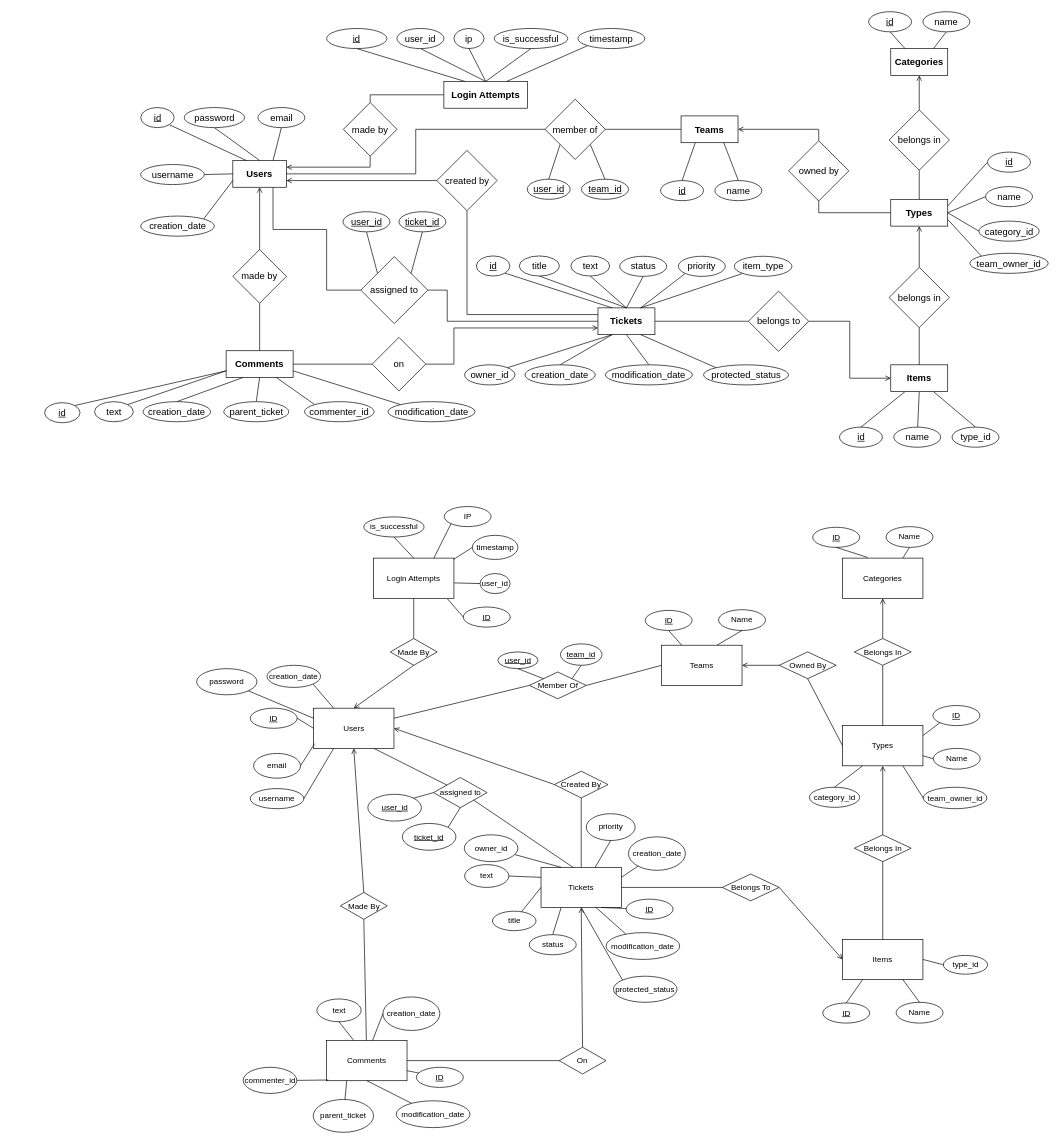
Above: docs/ER Diagram/ER Diagram Draft.drawio in CS157-26/CS157-26 (draw.io), before the change. Source tidied: cells renumbered, new cells numbered last; positions are measured from the earlier drawing's top-left corner, leaving out a move shared by most shapes. Both pictures are drawn from the tidied source at 67%, with x=0, y=0 at pixel (44, 11).
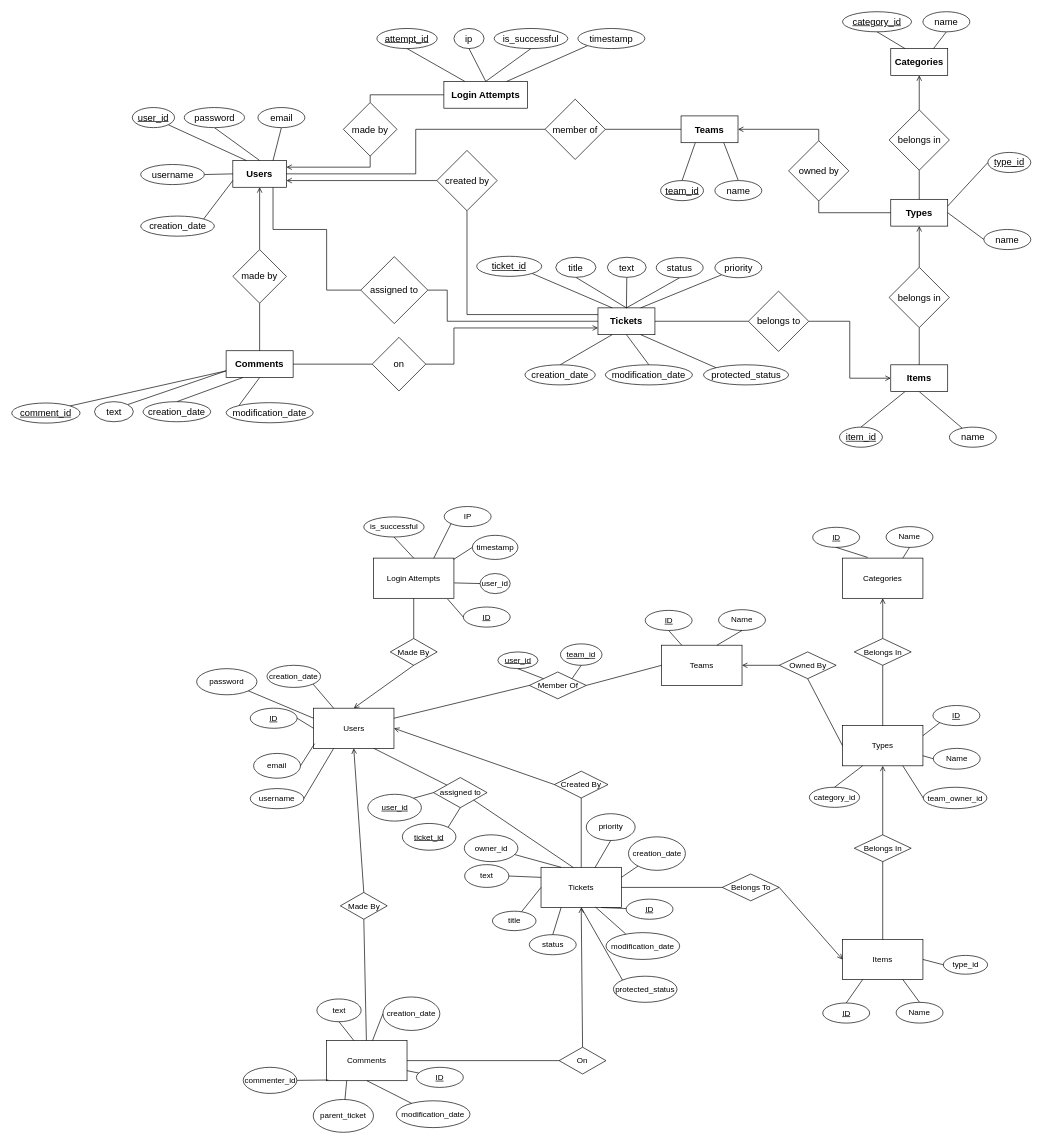
The same diagram, later.

The change refers to these unchanged cells:
```xml
<mxCell id="133" value="Login Attempts" style="rounded=0;whiteSpace=wrap;html=1;fontSize=14;fontStyle=1;" parent="1" vertex="1">
  <mxGeometry x="596" y="104" width="125" height="40" as="geometry" />
</mxCell>
<mxCell id="146" value="&lt;b&gt;Comments&lt;/b&gt;" style="rounded=0;whiteSpace=wrap;html=1;fontSize=14;" parent="1" vertex="1">
  <mxGeometry x="271" y="506" width="100" height="40" as="geometry" />
</mxCell>
<mxCell id="163" value="assigned to" style="rhombus;whiteSpace=wrap;html=1;fontSize=14;" parent="1" vertex="1">
  <mxGeometry x="472" y="365.5" width="100" height="100" as="geometry" />
</mxCell>
<mxCell id="169" value="&lt;b&gt;Tickets&lt;/b&gt;" style="rounded=0;whiteSpace=wrap;html=1;fontSize=14;" parent="1" vertex="1">
  <mxGeometry x="826" y="442" width="85" height="40" as="geometry" />
</mxCell>
<mxCell id="198" value="member of" style="rhombus;whiteSpace=wrap;html=1;fontSize=14;" parent="1" vertex="1">
  <mxGeometry x="747" y="130.5" width="90" height="90" as="geometry" />
</mxCell>
<mxCell id="208" value="Types" style="rounded=0;whiteSpace=wrap;html=1;fontSize=14;fontStyle=1;" parent="1" vertex="1">
  <mxGeometry x="1263" y="280" width="85" height="40" as="geometry" />
</mxCell>
<mxCell id="212" value="Items" style="rounded=0;whiteSpace=wrap;html=1;fontSize=14;fontStyle=1;" parent="1" vertex="1">
  <mxGeometry x="1263" y="527" width="85" height="40" as="geometry" />
</mxCell>
```

The edit, as a diff of the source:
```diff
@@
-    <mxCell id="124" value="id" style="ellipse;whiteSpace=wrap;html=1;fontSize=14;fontStyle=4;" parent="1" vertex="1">
-      <mxGeometry x="143.5" y="143" width="50" height="30" as="geometry" />
+    <mxCell id="124" value="user_id" style="ellipse;whiteSpace=wrap;html=1;fontSize=14;fontStyle=4;" parent="1" vertex="1">
+      <mxGeometry x="131" y="143" width="63" height="30" as="geometry" />
     </mxCell>
@@
-    <mxCell id="140" style="edgeStyle=none;rounded=0;jettySize=auto;html=1;exitX=0.5;exitY=1;exitDx=0;exitDy=0;entryX=0.5;entryY=0;entryDx=0;entryDy=0;endArrow=none;endFill=0;fontSize=14;" parent="1" edge="1" source="141" target="133">
-      <mxGeometry relative="1" as="geometry" />
-    </mxCell>
-    <mxCell id="141" value="user_id" style="ellipse;whiteSpace=wrap;html=1;fontSize=14;fontStyle=0;" parent="1" vertex="1">
-      <mxGeometry x="526" y="25" width="70" height="30" as="geometry" />
-    </mxCell>
@@
-    <mxCell id="143" value="id" style="ellipse;whiteSpace=wrap;html=1;fontSize=14;fontStyle=4;" parent="1" vertex="1">
-      <mxGeometry x="421" y="25" width="90" height="30" as="geometry" />
+    <mxCell id="143" value="attempt_id" style="ellipse;whiteSpace=wrap;html=1;fontSize=14;fontStyle=4;" parent="1" vertex="1">
+      <mxGeometry x="496" y="25" width="90" height="30" as="geometry" />
     </mxCell>
@@
-    <mxCell id="151" value="&lt;u&gt;id&lt;/u&gt;" style="ellipse;whiteSpace=wrap;html=1;fontSize=14;fontStyle=0;" parent="1" vertex="1">
-      <mxGeometry y="583.5" width="53" height="30" as="geometry" />
+    <mxCell id="151" value="&lt;u&gt;comment_id&lt;/u&gt;" style="ellipse;whiteSpace=wrap;html=1;fontSize=14;fontStyle=0;" parent="1" vertex="1">
+      <mxGeometry x="-49" y="584" width="102" height="30" as="geometry" />
     </mxCell>
@@
-    <mxCell id="156" style="edgeStyle=none;rounded=0;jettySize=auto;html=1;exitX=0.5;exitY=0;exitDx=0;exitDy=0;entryX=0.5;entryY=1;entryDx=0;entryDy=0;startArrow=none;startFill=0;endArrow=none;endFill=0;fontSize=14;" parent="1" edge="1" source="157" target="146">
-      <mxGeometry relative="1" as="geometry" />
-    </mxCell>
-    <mxCell id="157" value="parent_ticket" style="ellipse;whiteSpace=wrap;html=1;fontSize=14;fontStyle=0;" parent="1" vertex="1">
-      <mxGeometry x="267.5" y="582" width="97" height="30" as="geometry" />
-    </mxCell>
-    <mxCell id="158" style="edgeStyle=none;rounded=0;jettySize=auto;html=1;exitX=0;exitY=0;exitDx=0;exitDy=0;entryX=0.75;entryY=1;entryDx=0;entryDy=0;startArrow=none;startFill=0;endArrow=none;endFill=0;fontSize=14;" parent="1" edge="1" source="159" target="146">
-      <mxGeometry relative="1" as="geometry" />
-    </mxCell>
-    <mxCell id="159" value="commenter_id" style="ellipse;whiteSpace=wrap;html=1;fontSize=14;fontStyle=0;" parent="1" vertex="1">
-      <mxGeometry x="388" y="582" width="104" height="30" as="geometry" />
-    </mxCell>
-    <mxCell id="160" style="edgeStyle=none;rounded=0;jettySize=auto;html=1;exitX=0;exitY=0;exitDx=0;exitDy=0;entryX=1;entryY=0.75;entryDx=0;entryDy=0;startArrow=none;startFill=0;endArrow=none;endFill=0;fontSize=14;" parent="1" edge="1" source="161" target="146">
+    <mxCell id="160" style="edgeStyle=none;rounded=0;jettySize=auto;html=1;exitX=0;exitY=0;exitDx=0;exitDy=0;entryX=0.5;entryY=1;entryDx=0;entryDy=0;startArrow=none;startFill=0;endArrow=none;endFill=0;fontSize=14;" parent="1" edge="1" source="161" target="146">
       <mxGeometry relative="1" as="geometry" />
     </mxCell>
     <mxCell id="161" value="modification_date" style="ellipse;whiteSpace=wrap;html=1;fontSize=14;fontStyle=0;" parent="1" vertex="1">
-      <mxGeometry x="512.5" y="582" width="130" height="30" as="geometry" />
+      <mxGeometry x="271" y="583.5" width="130" height="30" as="geometry" />
     </mxCell>
@@
-    <mxCell id="164" style="rounded=0;jettySize=auto;html=1;exitX=0.5;exitY=1;exitDx=0;exitDy=0;entryX=0;entryY=0;entryDx=0;entryDy=0;startArrow=none;startFill=0;endArrow=none;endFill=0;fontSize=14;" parent="1" edge="1" source="165" target="163">
-      <mxGeometry relative="1" as="geometry" />
-    </mxCell>
-    <mxCell id="165" value="&lt;u&gt;user_id&lt;/u&gt;" style="ellipse;whiteSpace=wrap;html=1;fontSize=14;fontStyle=0;" parent="1" vertex="1">
-      <mxGeometry x="445.5" y="298.5" width="70" height="30" as="geometry" />
-    </mxCell>
-    <mxCell id="166" style="edgeStyle=none;rounded=0;jettySize=auto;html=1;exitX=0.5;exitY=1;exitDx=0;exitDy=0;entryX=1;entryY=0;entryDx=0;entryDy=0;startArrow=none;startFill=0;endArrow=none;endFill=0;fontSize=14;" parent="1" edge="1" source="167" target="163">
-      <mxGeometry relative="1" as="geometry" />
-    </mxCell>
-    <mxCell id="167" value="ticket_id" style="ellipse;whiteSpace=wrap;html=1;fontSize=14;fontStyle=4;" parent="1" vertex="1">
-      <mxGeometry x="529" y="298.5" width="70" height="30" as="geometry" />
-    </mxCell>
@@
-    <mxCell id="171" value="id" style="ellipse;whiteSpace=wrap;html=1;fontSize=14;fontStyle=4;" parent="1" vertex="1">
-      <mxGeometry x="644.5" y="364.5" width="50" height="30" as="geometry" />
+    <mxCell id="171" value="ticket_id" style="ellipse;whiteSpace=wrap;html=1;fontSize=14;fontStyle=4;" parent="1" vertex="1">
+      <mxGeometry x="645" y="365" width="97" height="30" as="geometry" />
     </mxCell>
-    <mxCell id="172" style="edgeStyle=none;rounded=0;jettySize=auto;html=1;exitX=1;exitY=0;exitDx=0;exitDy=0;entryX=0.25;entryY=1;entryDx=0;entryDy=0;startArrow=none;startFill=0;endArrow=none;endFill=0;fontSize=14;" parent="1" edge="1" source="173" target="169">
-      <mxGeometry relative="1" as="geometry" />
-    </mxCell>
-    <mxCell id="173" value="owner_id" style="ellipse;whiteSpace=wrap;html=1;fontSize=14;fontStyle=0;" parent="1" vertex="1">
-      <mxGeometry x="627" y="527" width="75" height="30" as="geometry" />
-    </mxCell>
@@
     <mxCell id="175" value="text" style="ellipse;whiteSpace=wrap;html=1;fontSize=14;fontStyle=0;" parent="1" vertex="1">
-      <mxGeometry x="785.5" y="364.5" width="58" height="30" as="geometry" />
+      <mxGeometry x="840" y="366.5" width="58" height="30" as="geometry" />
     </mxCell>
@@
     <mxCell id="177" value="title" style="ellipse;whiteSpace=wrap;html=1;fontSize=14;fontStyle=0;" parent="1" vertex="1">
-      <mxGeometry x="708.5" y="364.5" width="60" height="30" as="geometry" />
+      <mxGeometry x="763" y="366.5" width="60" height="30" as="geometry" />
     </mxCell>
@@
     <mxCell id="179" value="status" style="ellipse;whiteSpace=wrap;html=1;fontSize=14;fontStyle=0;" parent="1" vertex="1">
-      <mxGeometry x="858.5" y="365" width="70" height="30" as="geometry" />
+      <mxGeometry x="913" y="367" width="70" height="30" as="geometry" />
     </mxCell>
@@
     <mxCell id="183" value="priority" style="ellipse;whiteSpace=wrap;html=1;fontSize=14;fontStyle=0;" parent="1" vertex="1">
-      <mxGeometry x="946" y="365" width="70" height="30" as="geometry" />
+      <mxGeometry x="1000.5" y="367" width="70" height="30" as="geometry" />
     </mxCell>
@@
-    <mxCell id="194" style="rounded=0;jettySize=auto;html=1;exitX=0;exitY=1;exitDx=0;exitDy=0;entryX=0.5;entryY=0;entryDx=0;entryDy=0;startArrow=none;startFill=0;endArrow=none;endFill=0;fontSize=14;" parent="1" edge="1" source="198" target="200">
-      <mxGeometry relative="1" as="geometry" />
-    </mxCell>
-    <mxCell id="195" style="edgeStyle=none;rounded=0;jettySize=auto;html=1;exitX=1;exitY=1;exitDx=0;exitDy=0;entryX=0.5;entryY=0;entryDx=0;entryDy=0;startArrow=none;startFill=0;endArrow=none;endFill=0;fontSize=14;" parent="1" edge="1" source="198" target="199">
-      <mxGeometry relative="1" as="geometry" />
-    </mxCell>
@@
-    <mxCell id="199" value="team_id" style="ellipse;whiteSpace=wrap;html=1;fontSize=14;fontStyle=4;" parent="1" vertex="1">
-      <mxGeometry x="801.5" y="250" width="70" height="30" as="geometry" />
-    </mxCell>
-    <mxCell id="200" value="user_id" style="ellipse;whiteSpace=wrap;html=1;fontSize=14;fontStyle=4;" parent="1" vertex="1">
-      <mxGeometry x="720.5" y="250" width="64" height="30" as="geometry" />
-    </mxCell>
@@
-    <mxCell id="205" value="id" style="ellipse;whiteSpace=wrap;html=1;fontSize=14;fontStyle=4;" parent="1" vertex="1">
+    <mxCell id="205" value="team_id" style="ellipse;whiteSpace=wrap;html=1;fontSize=14;fontStyle=4;" parent="1" vertex="1">
       <mxGeometry x="919.5" y="252" width="64" height="30" as="geometry" />
     </mxCell>
@@
-    <mxCell id="211" style="edgeStyle=none;rounded=0;jettySize=auto;html=1;exitX=0.75;exitY=1;exitDx=0;exitDy=0;entryX=0.5;entryY=0;entryDx=0;entryDy=0;startArrow=none;startFill=0;endArrow=none;endFill=0;fontSize=14;" parent="1" edge="1" source="212" target="225">
-      <mxGeometry relative="1" as="geometry" />
-    </mxCell>
@@
-    <mxCell id="216" value="id" style="ellipse;whiteSpace=wrap;html=1;fontSize=14;fontStyle=4;" parent="1" vertex="1">
-      <mxGeometry x="1230" width="64" height="30" as="geometry" />
+    <mxCell id="216" value="category_id" style="ellipse;whiteSpace=wrap;html=1;fontSize=14;fontStyle=4;" parent="1" vertex="1">
+      <mxGeometry x="1191" width="103" height="30" as="geometry" />
     </mxCell>
@@
     <mxCell id="223" value="name" style="ellipse;whiteSpace=wrap;html=1;fontSize=14;fontStyle=0;" parent="1" vertex="1">
-      <mxGeometry x="1267.5" y="620" width="70" height="30" as="geometry" />
+      <mxGeometry x="1350.5" y="620" width="70" height="30" as="geometry" />
     </mxCell>
-    <mxCell id="224" value="id" style="ellipse;whiteSpace=wrap;html=1;fontSize=14;fontStyle=4;" parent="1" vertex="1">
+    <mxCell id="224" value="item_id" style="ellipse;whiteSpace=wrap;html=1;fontSize=14;fontStyle=4;" parent="1" vertex="1">
       <mxGeometry x="1186.5" y="620" width="64" height="30" as="geometry" />
     </mxCell>
-    <mxCell id="225" value="type_id" style="ellipse;whiteSpace=wrap;html=1;fontSize=14;fontStyle=0;" parent="1" vertex="1">
-      <mxGeometry x="1354.5" y="620" width="70" height="30" as="geometry" />
-    </mxCell>
@@
     <mxCell id="229" value="name" style="ellipse;whiteSpace=wrap;html=1;fontSize=14;fontStyle=0;" parent="1" vertex="1">
-      <mxGeometry x="1404.5" y="261" width="70" height="30" as="geometry" />
+      <mxGeometry x="1402" y="325" width="70" height="30" as="geometry" />
     </mxCell>
@@
-    <mxCell id="231" value="id" style="ellipse;whiteSpace=wrap;html=1;fontSize=14;fontStyle=4;" parent="1" vertex="1">
-      <mxGeometry x="1407.5" y="209.5" width="64" height="30" as="geometry" />
+    <mxCell id="231" value="type_id" style="ellipse;whiteSpace=wrap;html=1;fontSize=14;fontStyle=4;" parent="1" vertex="1">
+      <mxGeometry x="1408" y="210" width="64" height="30" as="geometry" />
     </mxCell>
-    <mxCell id="232" style="edgeStyle=none;rounded=0;jettySize=auto;html=1;exitX=0;exitY=0.5;exitDx=0;exitDy=0;entryX=1;entryY=0.5;entryDx=0;entryDy=0;startArrow=none;startFill=0;endArrow=none;endFill=0;fontSize=14;" parent="1" edge="1" source="233" target="208">
-      <mxGeometry relative="1" as="geometry" />
-    </mxCell>
-    <mxCell id="233" value="category_id" style="ellipse;whiteSpace=wrap;html=1;fontSize=14;fontStyle=0;" parent="1" vertex="1">
-      <mxGeometry x="1394.5" y="312.5" width="90" height="30" as="geometry" />
-    </mxCell>
-    <mxCell id="234" style="edgeStyle=none;rounded=0;jettySize=auto;html=1;exitX=0;exitY=0;exitDx=0;exitDy=0;entryX=1;entryY=0.75;entryDx=0;entryDy=0;startArrow=none;startFill=0;endArrow=none;endFill=0;fontSize=14;" parent="1" edge="1" source="235" target="208">
-      <mxGeometry relative="1" as="geometry" />
-    </mxCell>
-    <mxCell id="235" value="team_owner_id" style="ellipse;whiteSpace=wrap;html=1;fontSize=14;fontStyle=0;" parent="1" vertex="1">
-      <mxGeometry x="1381" y="360.5" width="117" height="30" as="geometry" />
-    </mxCell>
@@
-    <mxCell id="238" style="edgeStyle=none;rounded=0;jettySize=auto;html=1;exitX=0;exitY=1;exitDx=0;exitDy=0;entryX=0.75;entryY=0;entryDx=0;entryDy=0;startArrow=none;startFill=0;endArrow=none;endFill=0;fontSize=14;" parent="1" edge="1" source="239" target="169">
-      <mxGeometry relative="1" as="geometry" />
-    </mxCell>
-    <mxCell id="239" value="item_type" style="ellipse;whiteSpace=wrap;html=1;fontSize=14;fontStyle=0;" parent="1" vertex="1">
-      <mxGeometry x="1029.5" y="365" width="86" height="30" as="geometry" />
-    </mxCell>
```
